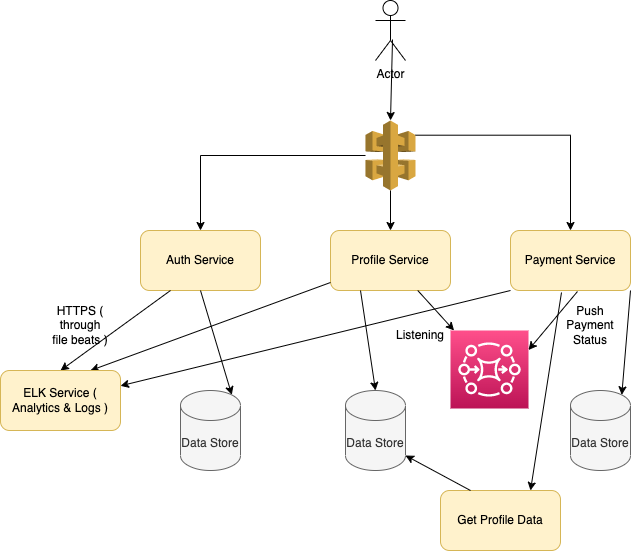
Earlier version of the draw.io export src/1_HLDDesignComponents/1_MicroServicesSOA/assests/MonolothicToMicroService.drawio.png (Anshul619/HLD-System-Designs). Source tidied: cells renumbered, new cells last; positions are measured from the earlier drawing's top-left corner, leaving out a move shared by most shapes.
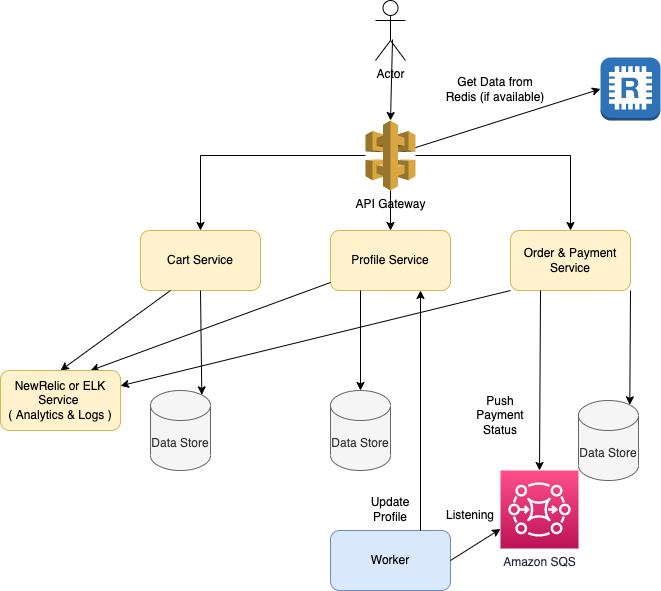
After the commit.

The edit, as a diff of the source:
```diff
@@ -5,22 +5,22 @@
     <mxCell id="2" value="Profile Service" style="rounded=1;whiteSpace=wrap;html=1;fillColor=#fff2cc;strokeColor=#d6b656;" parent="1" vertex="1">
       <mxGeometry x="330" y="230" width="120" height="60" as="geometry" />
     </mxCell>
-    <mxCell id="3" value="Payment Service" style="rounded=1;whiteSpace=wrap;html=1;fillColor=#fff2cc;strokeColor=#d6b656;" parent="1" vertex="1">
+    <mxCell id="3" value="Order &amp;amp; Payment Service" style="rounded=1;whiteSpace=wrap;html=1;fillColor=#fff2cc;strokeColor=#d6b656;" parent="1" vertex="1">
       <mxGeometry x="510" y="230" width="120" height="60" as="geometry" />
     </mxCell>
-    <mxCell id="4" value="Auth Service" style="rounded=1;whiteSpace=wrap;html=1;fillColor=#fff2cc;strokeColor=#d6b656;" parent="1" vertex="1">
+    <mxCell id="4" value="Cart Service" style="rounded=1;whiteSpace=wrap;html=1;fillColor=#fff2cc;strokeColor=#d6b656;" parent="1" vertex="1">
       <mxGeometry x="140" y="230" width="120" height="60" as="geometry" />
     </mxCell>
     <mxCell id="5" value="Actor" style="shape=umlActor;verticalLabelPosition=bottom;verticalAlign=top;html=1;outlineConnect=0;" parent="1" vertex="1">
       <mxGeometry x="375" width="30" height="60" as="geometry" />
     </mxCell>
-    <mxCell id="6" style="outlineConnect=0;dashed=0;verticalLabelPosition=bottom;verticalAlign=top;align=center;html=1;shape=mxgraph.aws3.api_gateway;fillColor=#D9A741;gradientColor=none;" parent="1" vertex="1">
+    <mxCell id="6" value="API Gateway" style="outlineConnect=0;dashed=0;verticalLabelPosition=bottom;verticalAlign=top;align=center;html=1;shape=mxgraph.aws3.api_gateway;fillColor=#D9A741;gradientColor=none;" parent="1" vertex="1">
       <mxGeometry x="365" y="120" width="50" height="70" as="geometry" />
     </mxCell>
     <mxCell id="7" style="endArrow=classic;html=1;rounded=0;entryX=0.5;entryY=0;entryDx=0;entryDy=0;edgeStyle=orthogonalEdgeStyle;" parent="1" edge="1" source="6" target="4">
       <mxGeometry relative="1" as="geometry" />
     </mxCell>
-    <mxCell id="8" style="endArrow=classic;html=1;rounded=0;exitX=1;exitY=0.21;exitDx=0;exitDy=0;exitPerimeter=0;entryX=0.5;entryY=0;entryDx=0;entryDy=0;edgeStyle=orthogonalEdgeStyle;" parent="1" edge="1" source="6" target="3">
+    <mxCell id="8" style="endArrow=classic;html=1;rounded=0;entryX=0.5;entryY=0;entryDx=0;entryDy=0;edgeStyle=orthogonalEdgeStyle;" parent="1" edge="1" source="6" target="3">
       <mxGeometry relative="1" as="geometry" />
     </mxCell>
     <mxCell id="9" style="endArrow=classic;html=1;rounded=0;exitX=0.5;exitY=1;exitDx=0;exitDy=0;exitPerimeter=0;entryX=0.5;entryY=0;entryDx=0;entryDy=0;" parent="1" edge="1" source="6" target="2">
@@ -29,41 +29,35 @@
     <mxCell id="10" style="endArrow=classic;html=1;rounded=0;exitX=0.25;exitY=1;exitDx=0;exitDy=0;entryX=0.5;entryY=0;entryDx=0;entryDy=0;" parent="1" edge="1" source="4" target="14">
       <mxGeometry relative="1" as="geometry" />
     </mxCell>
-    <mxCell id="11" value="HTTPS ( through file beats )" style="text;html=1;strokeColor=none;fillColor=none;align=center;verticalAlign=middle;whiteSpace=wrap;rounded=0;" parent="1" vertex="1">
-      <mxGeometry x="50" y="310" width="60" height="30" as="geometry" />
-    </mxCell>
     <mxCell id="12" style="endArrow=classic;html=1;rounded=0;entryX=0.75;entryY=0;entryDx=0;entryDy=0;" parent="1" edge="1" source="2" target="14">
       <mxGeometry relative="1" as="geometry" />
     </mxCell>
     <mxCell id="13" style="endArrow=classic;html=1;rounded=0;exitX=0;exitY=1;exitDx=0;exitDy=0;" parent="1" edge="1" source="3" target="14">
       <mxGeometry relative="1" as="geometry" />
     </mxCell>
-    <mxCell id="14" value="ELK Service ( Analytics &amp;amp; Logs )" style="rounded=1;whiteSpace=wrap;html=1;fillColor=#fff2cc;strokeColor=#d6b656;" parent="1" vertex="1">
+    <mxCell id="14" value="NewRelic or ELK Service &lt;br&gt;( Analytics &amp;amp; Logs )" style="rounded=1;whiteSpace=wrap;html=1;fillColor=#fff2cc;strokeColor=#d6b656;" parent="1" vertex="1">
       <mxGeometry y="370" width="120" height="60" as="geometry" />
     </mxCell>
-    <mxCell id="15" style="sketch=0;points=[[0,0,0],[0.25,0,0],[0.5,0,0],[0.75,0,0],[1,0,0],[0,1,0],[0.25,1,0],[0.5,1,0],[0.75,1,0],[1,1,0],[0,0.25,0],[0,0.5,0],[0,0.75,0],[1,0.25,0],[1,0.5,0],[1,0.75,0]];outlineConnect=0;fontColor=#232F3E;gradientColor=#FF4F8B;gradientDirection=north;fillColor=#BC1356;strokeColor=#ffffff;dashed=0;verticalLabelPosition=bottom;verticalAlign=top;align=center;html=1;fontSize=12;fontStyle=0;shape=mxgraph.aws4.resourceIcon;resIcon=mxgraph.aws4.mq;" parent="1" vertex="1">
-      <mxGeometry x="450" y="330" width="78" height="78" as="geometry" />
+    <mxCell id="15" value="Amazon SQS" style="sketch=0;points=[[0,0,0],[0.25,0,0],[0.5,0,0],[0.75,0,0],[1,0,0],[0,1,0],[0.25,1,0],[0.5,1,0],[0.75,1,0],[1,1,0],[0,0.25,0],[0,0.5,0],[0,0.75,0],[1,0.25,0],[1,0.5,0],[1,0.75,0]];outlineConnect=0;fontColor=#232F3E;gradientColor=#FF4F8B;gradientDirection=north;fillColor=#BC1356;strokeColor=#ffffff;dashed=0;verticalLabelPosition=bottom;verticalAlign=top;align=center;html=1;fontSize=12;fontStyle=0;shape=mxgraph.aws4.resourceIcon;resIcon=mxgraph.aws4.mq;" parent="1" vertex="1">
+      <mxGeometry x="500" y="470" width="78" height="78" as="geometry" />
     </mxCell>
-    <mxCell id="16" style="endArrow=classic;html=1;rounded=0;" parent="1" edge="1" source="2" target="15">
-      <mxGeometry relative="1" as="geometry" />
-    </mxCell>
-    <mxCell id="17" style="endArrow=classic;html=1;rounded=0;exitX=0.558;exitY=1.017;exitDx=0;exitDy=0;exitPerimeter=0;entryX=1;entryY=0.25;entryDx=0;entryDy=0;entryPerimeter=0;" parent="1" edge="1" source="3" target="15">
+    <mxCell id="17" style="endArrow=classic;html=1;rounded=0;exitX=0.25;exitY=1;exitDx=0;exitDy=0;entryX=0.5;entryY=0;entryDx=0;entryDy=0;entryPerimeter=0;" parent="1" edge="1" source="3" target="15">
       <mxGeometry relative="1" as="geometry" />
     </mxCell>
     <mxCell id="18" value="Push Payment Status" style="text;html=1;strokeColor=none;fillColor=none;align=center;verticalAlign=middle;whiteSpace=wrap;rounded=0;" parent="1" vertex="1">
-      <mxGeometry x="560" y="310" width="60" height="30" as="geometry" />
+      <mxGeometry x="470" y="400" width="60" height="30" as="geometry" />
     </mxCell>
     <mxCell id="19" value="Listening" style="text;html=1;strokeColor=none;fillColor=none;align=center;verticalAlign=middle;whiteSpace=wrap;rounded=0;" parent="1" vertex="1">
-      <mxGeometry x="390" y="320" width="60" height="30" as="geometry" />
+      <mxGeometry x="440" y="500" width="60" height="30" as="geometry" />
     </mxCell>
     <mxCell id="20" value="Data Store" style="shape=cylinder3;whiteSpace=wrap;html=1;boundedLbl=1;backgroundOutline=1;size=15;fillColor=#f5f5f5;fontColor=#333333;strokeColor=#666666;" parent="1" vertex="1">
-      <mxGeometry x="180" y="390" width="60" height="80" as="geometry" />
+      <mxGeometry x="150" y="390" width="60" height="80" as="geometry" />
     </mxCell>
     <mxCell id="21" value="Data Store" style="shape=cylinder3;whiteSpace=wrap;html=1;boundedLbl=1;backgroundOutline=1;size=15;fillColor=#f5f5f5;fontColor=#333333;strokeColor=#666666;" parent="1" vertex="1">
-      <mxGeometry x="345" y="390" width="60" height="80" as="geometry" />
+      <mxGeometry x="330" y="390" width="60" height="80" as="geometry" />
     </mxCell>
     <mxCell id="22" value="Data Store" style="shape=cylinder3;whiteSpace=wrap;html=1;boundedLbl=1;backgroundOutline=1;size=15;fillColor=#f5f5f5;fontColor=#333333;strokeColor=#666666;" parent="1" vertex="1">
-      <mxGeometry x="570" y="390" width="60" height="80" as="geometry" />
+      <mxGeometry x="578" y="400" width="60" height="80" as="geometry" />
     </mxCell>
     <mxCell id="23" style="endArrow=classic;html=1;rounded=0;exitX=0.5;exitY=1;exitDx=0;exitDy=0;entryX=0.855;entryY=0;entryDx=0;entryDy=4.35;entryPerimeter=0;" parent="1" edge="1" source="4" target="20">
       <mxGeometry relative="1" as="geometry" />
@@ -74,17 +68,32 @@
     <mxCell id="25" style="endArrow=classic;html=1;rounded=0;exitX=1;exitY=1;exitDx=0;exitDy=0;entryX=0.855;entryY=0;entryDx=0;entryDy=4.35;entryPerimeter=0;" parent="1" edge="1" source="3" target="22">
       <mxGeometry relative="1" as="geometry" />
     </mxCell>
-    <mxCell id="26" value="Get Profile Data" style="rounded=1;whiteSpace=wrap;html=1;fillColor=#fff2cc;strokeColor=#d6b656;" parent="1" vertex="1">
-      <mxGeometry x="440" y="490" width="120" height="60" as="geometry" />
-    </mxCell>
-    <mxCell id="27" style="endArrow=classic;html=1;rounded=0;exitX=0.425;exitY=1.033;exitDx=0;exitDy=0;exitPerimeter=0;entryX=0.75;entryY=0;entryDx=0;entryDy=0;" parent="1" edge="1" source="3" target="26">
-      <mxGeometry relative="1" as="geometry" />
-    </mxCell>
-    <mxCell id="28" style="endArrow=classic;html=1;rounded=0;exitX=0.25;exitY=0;exitDx=0;exitDy=0;entryX=1;entryY=1;entryDx=0;entryDy=-15;entryPerimeter=0;" parent="1" edge="1" source="26" target="21">
-      <mxGeometry relative="1" as="geometry" />
-    </mxCell>
     <mxCell id="29" style="endArrow=classic;html=1;rounded=0;exitX=0.567;exitY=0.65;exitDx=0;exitDy=0;exitPerimeter=0;entryX=0.5;entryY=0;entryDx=0;entryDy=0;entryPerimeter=0;" parent="1" edge="1" source="5" target="6">
       <mxGeometry relative="1" as="geometry" />
     </mxCell>
+    <mxCell id="30" style="edgeStyle=orthogonalEdgeStyle;rounded=0;orthogonalLoop=1;jettySize=auto;html=1;exitX=0.5;exitY=1;exitDx=0;exitDy=0;" parent="1" edge="1" source="3" target="3">
+      <mxGeometry relative="1" as="geometry" />
+    </mxCell>
+    <mxCell id="31" value="Worker" style="rounded=1;whiteSpace=wrap;html=1;fillColor=#dae8fc;strokeColor=#6c8ebf;" parent="1" vertex="1">
+      <mxGeometry x="330" y="530" width="120" height="60" as="geometry" />
+    </mxCell>
+    <mxCell id="32" style="endArrow=classic;html=1;rounded=0;exitX=1;exitY=0.5;exitDx=0;exitDy=0;entryX=0;entryY=0.75;entryDx=0;entryDy=0;entryPerimeter=0;" parent="1" edge="1" source="31" target="15">
+      <mxGeometry relative="1" as="geometry" />
+    </mxCell>
+    <mxCell id="33" style="endArrow=classic;html=1;rounded=0;exitX=0.75;exitY=0;exitDx=0;exitDy=0;entryX=0.75;entryY=1;entryDx=0;entryDy=0;" parent="1" edge="1" source="31" target="2">
+      <mxGeometry relative="1" as="geometry" />
+    </mxCell>
+    <mxCell id="34" value="Update Profile" style="text;html=1;strokeColor=none;fillColor=none;align=center;verticalAlign=middle;whiteSpace=wrap;rounded=0;" parent="1" vertex="1">
+      <mxGeometry x="360" y="494" width="60" height="30" as="geometry" />
+    </mxCell>
+    <mxCell id="35" style="outlineConnect=0;dashed=0;verticalLabelPosition=bottom;verticalAlign=top;align=center;html=1;shape=mxgraph.aws3.redis;fillColor=#2E73B8;gradientColor=none;" parent="1" vertex="1">
+      <mxGeometry x="600" y="57" width="60" height="63" as="geometry" />
+    </mxCell>
+    <mxCell id="36" style="endArrow=classic;html=1;rounded=0;entryX=0;entryY=0.5;entryDx=0;entryDy=0;entryPerimeter=0;" parent="1" edge="1" source="6" target="35">
+      <mxGeometry relative="1" as="geometry" />
+    </mxCell>
+    <mxCell id="37" value="Get Data from Redis (if available)" style="text;html=1;strokeColor=none;fillColor=none;align=center;verticalAlign=middle;whiteSpace=wrap;rounded=0;" parent="1" vertex="1">
+      <mxGeometry x="440" y="73.5" width="110" height="30" as="geometry" />
+    </mxCell>
   </root>
 </mxGraphModel>
```
